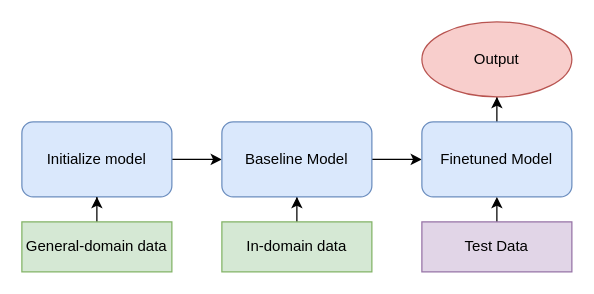
The draw.io diagram finetune.drawio in babangain/drawio, before the edit. Source tidied: cells renumbered, new cells numbered last; positions are measured from the earlier drawing's top-left corner, leaving out a move shared by most shapes. Both pictures are drawn from the tidied source at 125%, with x=0, y=0 at pixel (21, 21).
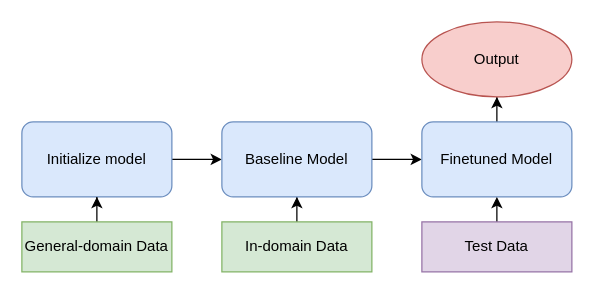
Above is the later version.

The edit, as a diff of the source:
```diff
@@
 <mxGraphModel>
   <root>
     <mxCell id="0" />
     <mxCell id="1" parent="0" />
     <mxCell id="2" style="edgeStyle=orthogonalEdgeStyle;rounded=0;jettySize=auto;html=1;" parent="1" edge="1" source="3" target="9">
       <mxGeometry relative="1" as="geometry" />
     </mxCell>
     <mxCell id="3" value="Initialize model" style="rounded=1;whiteSpace=wrap;html=1;fillColor=#dae8fc;strokeColor=#6c8ebf;" parent="1" vertex="1">
       <mxGeometry y="80" width="120" height="60" as="geometry" />
     </mxCell>
     <mxCell id="4" style="edgeStyle=orthogonalEdgeStyle;rounded=0;jettySize=auto;html=1;" parent="1" edge="1" source="5" target="3">
       <mxGeometry relative="1" as="geometry" />
     </mxCell>
-    <mxCell id="5" value="General-domain data" style="rounded=0;whiteSpace=wrap;html=1;fillColor=#d5e8d4;strokeColor=#82b366;" parent="1" vertex="1">
+    <mxCell id="5" value="General-domain Data" style="rounded=0;whiteSpace=wrap;html=1;fillColor=#d5e8d4;strokeColor=#82b366;" parent="1" vertex="1">
       <mxGeometry y="160" width="120" height="40" as="geometry" />
     </mxCell>
     <mxCell id="6" style="edgeStyle=orthogonalEdgeStyle;rounded=0;jettySize=auto;html=1;" parent="1" edge="1" source="7" target="9">
       <mxGeometry relative="1" as="geometry" />
     </mxCell>
-    <mxCell id="7" value="In-domain data" style="rounded=0;whiteSpace=wrap;html=1;fillColor=#d5e8d4;strokeColor=#82b366;" parent="1" vertex="1">
+    <mxCell id="7" value="In-domain Data" style="rounded=0;whiteSpace=wrap;html=1;fillColor=#d5e8d4;strokeColor=#82b366;" parent="1" vertex="1">
       <mxGeometry x="160" y="160" width="120" height="40" as="geometry" />
     </mxCell>
     <mxCell id="8" style="edgeStyle=orthogonalEdgeStyle;rounded=0;jettySize=auto;html=1;" parent="1" edge="1" source="9" target="11">
       <mxGeometry relative="1" as="geometry" />
     </mxCell>
     <mxCell id="9" value="Baseline Model" style="rounded=1;whiteSpace=wrap;html=1;fillColor=#dae8fc;strokeColor=#6c8ebf;" parent="1" vertex="1">
       <mxGeometry x="160" y="80" width="120" height="60" as="geometry" />
     </mxCell>
     <mxCell id="10" style="edgeStyle=orthogonalEdgeStyle;rounded=0;jettySize=auto;html=1;" parent="1" edge="1" source="11" target="14">
       <mxGeometry relative="1" as="geometry" />
     </mxCell>
     <mxCell id="11" value="Finetuned Model" style="whiteSpace=wrap;html=1;fillColor=#dae8fc;strokeColor=#6c8ebf;rounded=1;" parent="1" vertex="1">
       <mxGeometry x="320" y="80" width="120" height="60" as="geometry" />
     </mxCell>
     <mxCell id="12" style="edgeStyle=orthogonalEdgeStyle;rounded=0;jettySize=auto;html=1;" parent="1" edge="1" source="13">
       <mxGeometry relative="1" as="geometry">
         <mxPoint x="380" y="140" as="targetPoint" />
       </mxGeometry>
     </mxCell>
     <mxCell id="13" value="Test Data" style="rounded=0;whiteSpace=wrap;html=1;fillColor=#e1d5e7;strokeColor=#9673a6;" parent="1" vertex="1">
       <mxGeometry x="320" y="160" width="120" height="40" as="geometry" />
     </mxCell>
     <mxCell id="14" value="Output" style="ellipse;whiteSpace=wrap;html=1;fillColor=#f8cecc;strokeColor=#b85450;rounded=1;" parent="1" vertex="1">
       <mxGeometry x="320" width="120" height="60" as="geometry" />
     </mxCell>
   </root>
 </mxGraphModel>
```
